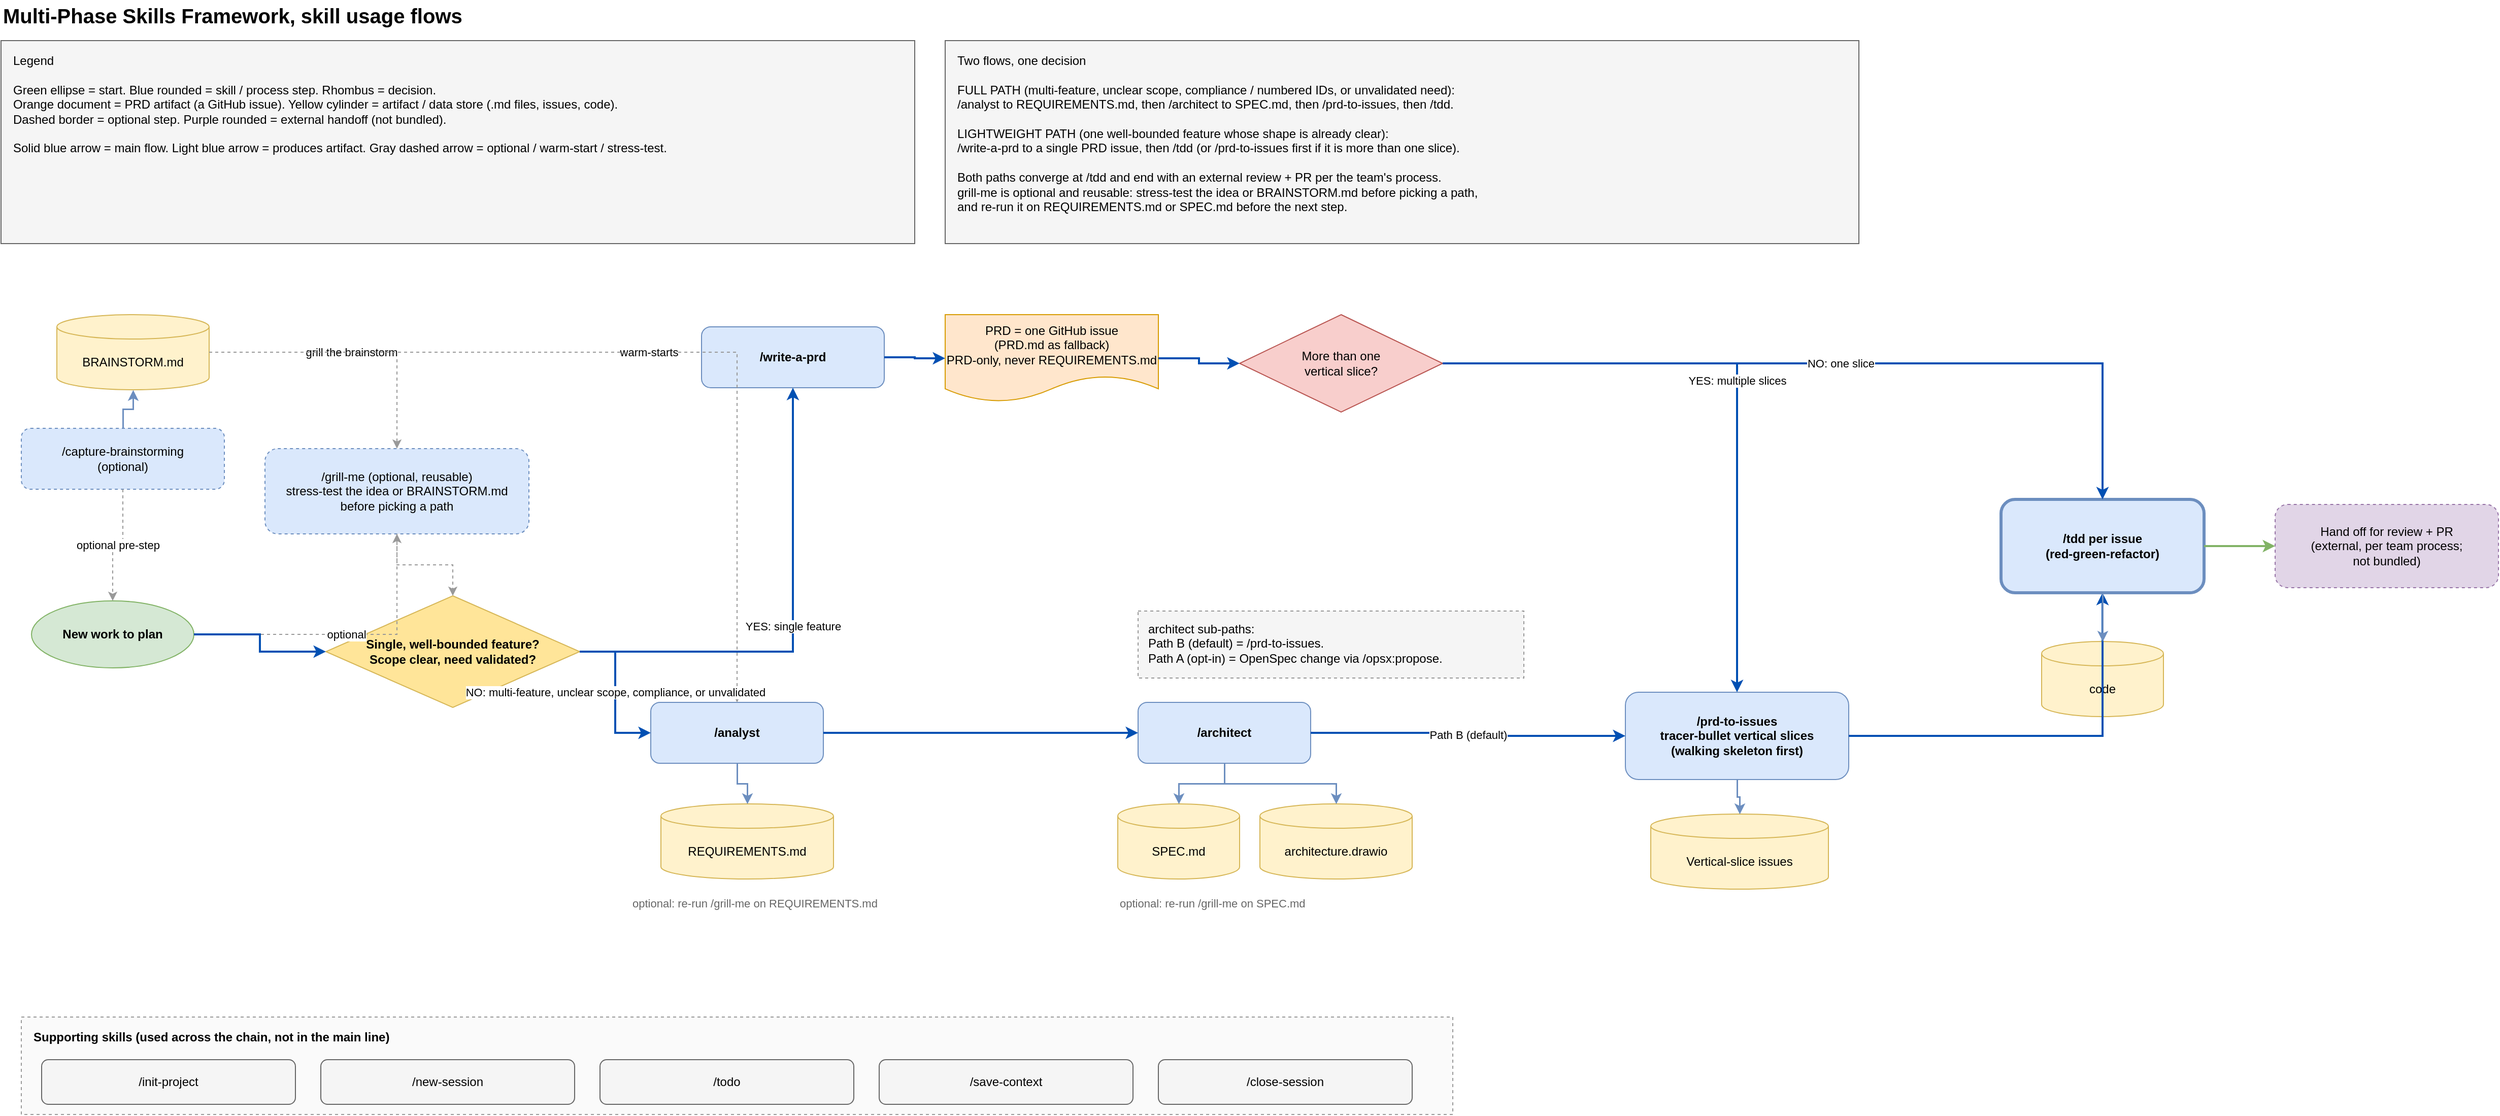
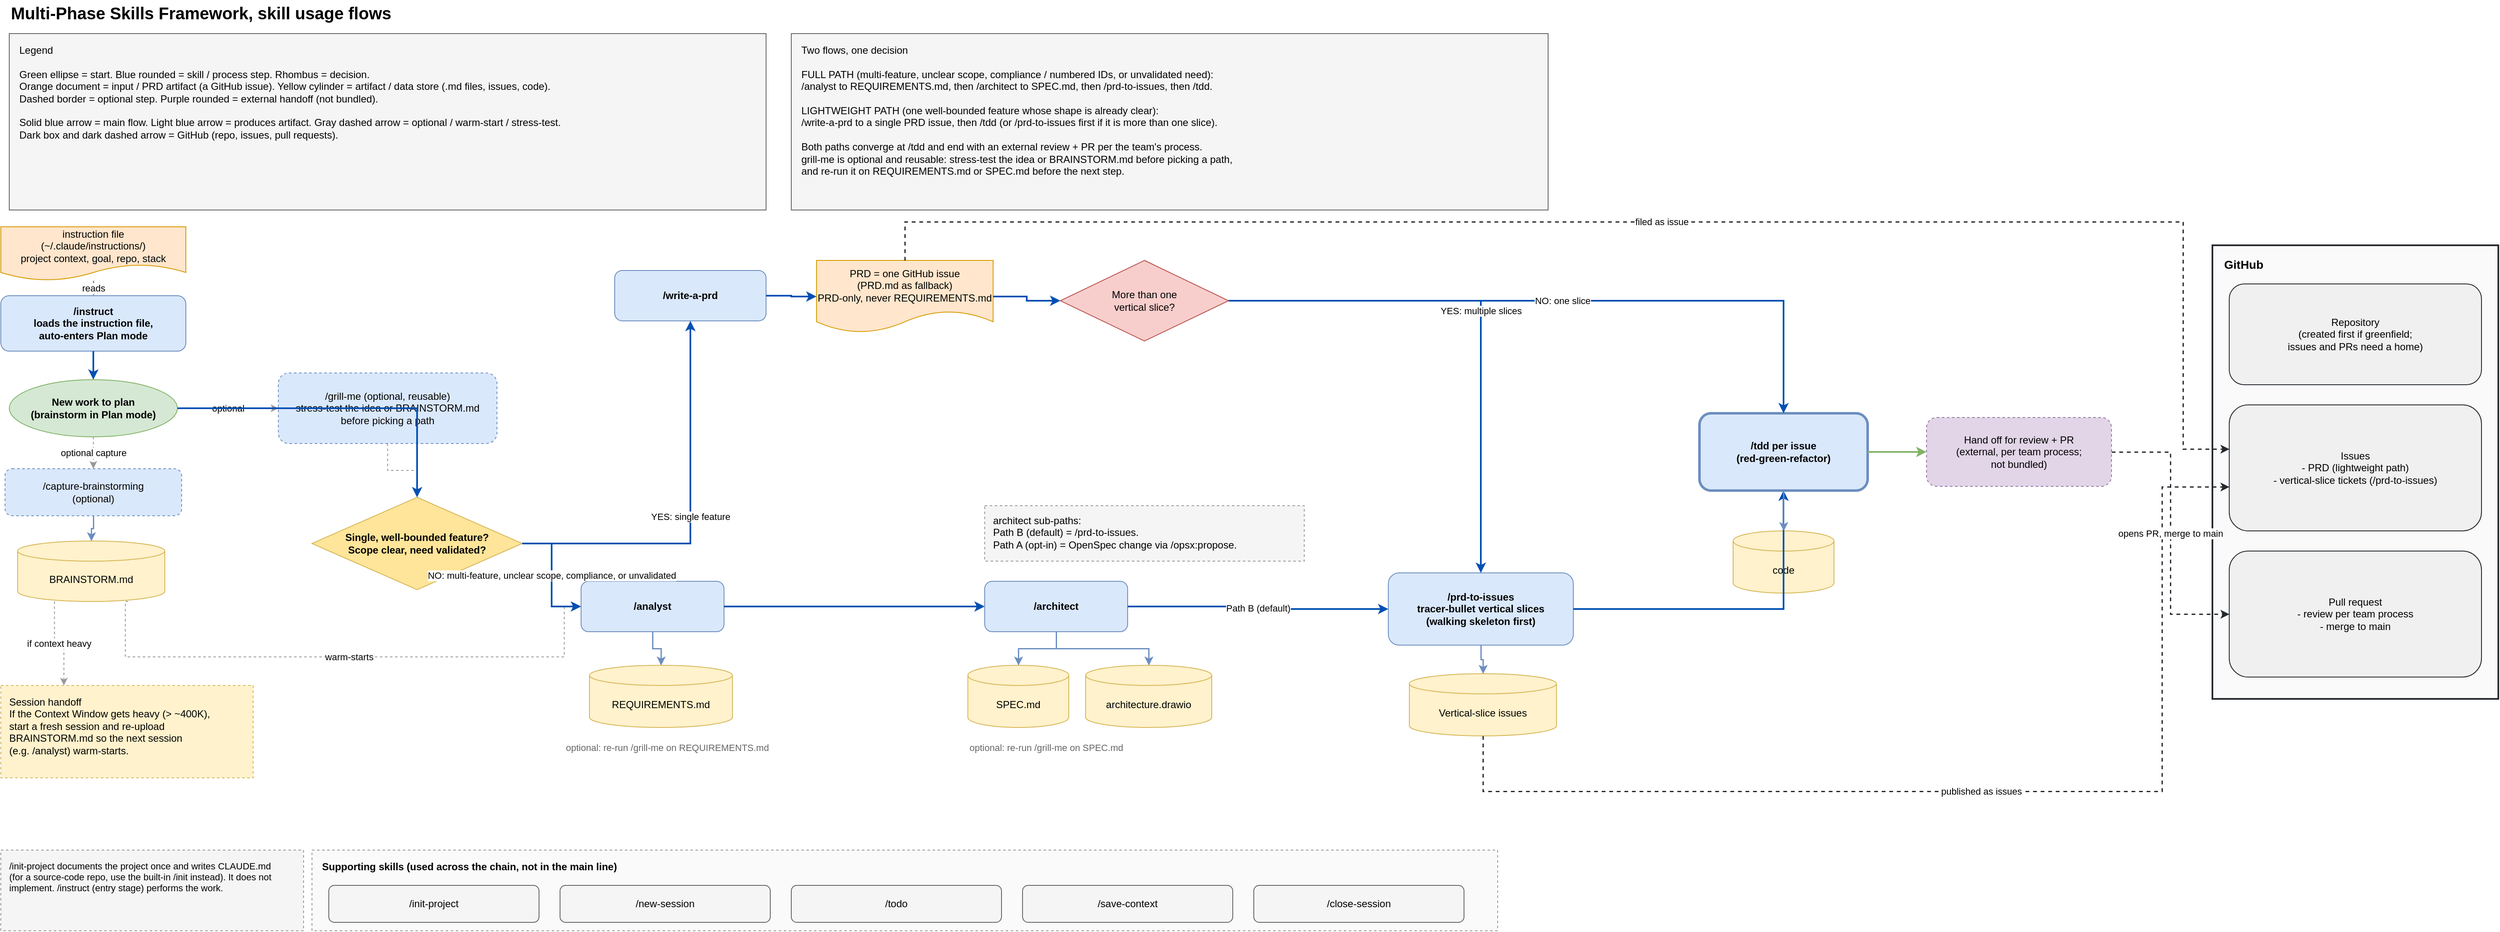
<mxfile host="app.diagrams.net" type="device">
  <diagram id="framework-flows" name="Framework skill flows">
-     <mxGraphModel dx="1600" dy="900" grid="0" gridSize="10" guides="1" tooltips="1" connect="1" arrows="1" fold="1" page="1" pageScale="1" pageWidth="2500" pageHeight="1120" math="0" shadow="0">
+     <mxGraphModel dx="1600" dy="900" grid="0" gridSize="10" guides="1" tooltips="1" connect="1" arrows="1" fold="1" page="1" pageScale="1" pageWidth="3000" pageHeight="1200" math="0" shadow="0">
      <root>
        <mxCell id="0" />
        <mxCell id="1" parent="0" />

        <mxCell id="title" value="Multi-Phase Skills Framework, skill usage flows" style="text;html=1;fontStyle=1;fontSize=20;align=left;verticalAlign=middle;" vertex="1" parent="1">
          <mxGeometry x="40" y="8" width="1300" height="30" as="geometry" />
        </mxCell>

-         <mxCell id="legend" value="Legend&#10;&#10;Green ellipse = start.  Blue rounded = skill / process step.  Rhombus = decision.&#10;Orange document = PRD artifact (a GitHub issue).  Yellow cylinder = artifact / data store (.md files, issues, code).&#10;Dashed border = optional step.  Purple rounded = external handoff (not bundled).&#10;&#10;Solid blue arrow = main flow.  Light blue arrow = produces artifact.  Gray dashed arrow = optional / warm-start / stress-test." style="rounded=0;fillColor=#f5f5f5;strokeColor=#666666;fontStyle=0;verticalAlign=top;align=left;spacingLeft=10;spacingTop=6;whiteSpace=wrap;html=1;" vertex="1" parent="1">
-           <mxGeometry x="40" y="48" width="900" height="200" as="geometry" />
+         <mxCell id="legend" value="Legend&#10;&#10;Green ellipse = start.  Blue rounded = skill / process step.  Rhombus = decision.&#10;Orange document = input / PRD artifact (a GitHub issue).  Yellow cylinder = artifact / data store (.md files, issues, code).&#10;Dashed border = optional step.  Purple rounded = external handoff (not bundled).&#10;&#10;Solid blue arrow = main flow.  Light blue arrow = produces artifact.  Gray dashed arrow = optional / warm-start / stress-test.&#10;Dark box and dark dashed arrow = GitHub (repo, issues, pull requests)." style="rounded=0;fillColor=#f5f5f5;strokeColor=#666666;fontStyle=0;verticalAlign=top;align=left;spacingLeft=10;spacingTop=6;whiteSpace=wrap;html=1;" vertex="1" parent="1">
+           <mxGeometry x="40" y="48" width="900" height="210" as="geometry" />
        </mxCell>

        <mxCell id="intro" value="Two flows, one decision&#10;&#10;FULL PATH (multi-feature, unclear scope, compliance / numbered IDs, or unvalidated need):&#10;   /analyst to REQUIREMENTS.md, then /architect to SPEC.md, then /prd-to-issues, then /tdd.&#10;&#10;LIGHTWEIGHT PATH (one well-bounded feature whose shape is already clear):&#10;   /write-a-prd to a single PRD issue, then /tdd (or /prd-to-issues first if it is more than one slice).&#10;&#10;Both paths converge at /tdd and end with an external review + PR per the team's process.&#10;grill-me is optional and reusable: stress-test the idea or BRAINSTORM.md before picking a path,&#10;and re-run it on REQUIREMENTS.md or SPEC.md before the next step." style="rounded=0;fillColor=#f5f5f5;strokeColor=#666666;fontStyle=0;verticalAlign=top;align=left;spacingLeft=10;spacingTop=6;whiteSpace=wrap;html=1;" vertex="1" parent="1">
-           <mxGeometry x="970" y="48" width="900" height="200" as="geometry" />
-         </mxCell>
- 
+           <mxGeometry x="970" y="48" width="900" height="210" as="geometry" />
+         </mxCell>
+ 
+         <mxCell id="instr_file" value="instruction file&#10;(~/.claude/instructions/)&#10;project context, goal, repo, stack" style="shape=document;whiteSpace=wrap;html=1;boundedLbl=1;fillColor=#ffe6cc;strokeColor=#d79b00;" vertex="1" parent="1">
+           <mxGeometry x="30" y="278" width="220" height="64" as="geometry" />
+         </mxCell>
+         <mxCell id="instruct" value="/instruct&#10;loads the instruction file,&#10;auto-enters Plan mode" style="rounded=1;whiteSpace=wrap;html=1;fillColor=#dae8fc;strokeColor=#6c8ebf;fontStyle=1;" vertex="1" parent="1">
+           <mxGeometry x="30" y="360" width="220" height="66" as="geometry" />
+         </mxCell>
+         <mxCell id="start" value="New work to plan&#10;(brainstorm in Plan mode)" style="ellipse;whiteSpace=wrap;html=1;fillColor=#d5e8d4;strokeColor=#82b366;fontStyle=1;" vertex="1" parent="1">
+           <mxGeometry x="40" y="460" width="200" height="68" as="geometry" />
+         </mxCell>
+         <mxCell id="brainstorm" value="/capture-brainstorming&#10;(optional)" style="rounded=1;whiteSpace=wrap;html=1;fillColor=#dae8fc;strokeColor=#6c8ebf;dashed=1;" vertex="1" parent="1">
+           <mxGeometry x="35" y="566" width="210" height="56" as="geometry" />
+         </mxCell>
        <mxCell id="bmd" value="BRAINSTORM.md" style="shape=cylinder3;whiteSpace=wrap;html=1;boundedLbl=1;backgroundOutline=1;size=12;fillColor=#fff2cc;strokeColor=#d6b656;" vertex="1" parent="1">
-           <mxGeometry x="95" y="318" width="150" height="74" as="geometry" />
-         </mxCell>
-         <mxCell id="brainstorm" value="/capture-brainstorming&#10;(optional)" style="rounded=1;whiteSpace=wrap;html=1;fillColor=#dae8fc;strokeColor=#6c8ebf;dashed=1;" vertex="1" parent="1">
-           <mxGeometry x="60" y="430" width="200" height="60" as="geometry" />
-         </mxCell>
- 
-         <mxCell id="start" value="New work to plan" style="ellipse;whiteSpace=wrap;html=1;fillColor=#d5e8d4;strokeColor=#82b366;fontStyle=1;" vertex="1" parent="1">
-           <mxGeometry x="70" y="600" width="160" height="66" as="geometry" />
+           <mxGeometry x="50" y="652" width="175" height="72" as="geometry" />
+         </mxCell>
+         <mxCell id="handoff_note" value="Session handoff&#10;If the Context Window gets heavy (> ~400K),&#10;start a fresh session and re-upload&#10;BRAINSTORM.md so the next session&#10;(e.g. /analyst) warm-starts." style="rounded=0;whiteSpace=wrap;html=1;fillColor=#fff2cc;strokeColor=#d6b656;dashed=1;align=left;spacingLeft=8;spacingTop=6;verticalAlign=top;" vertex="1" parent="1">
+           <mxGeometry x="30" y="824" width="300" height="110" as="geometry" />
        </mxCell>

        <mxCell id="grillme" value="/grill-me (optional, reusable)&#10;stress-test the idea or BRAINSTORM.md&#10;before picking a path" style="rounded=1;whiteSpace=wrap;html=1;fillColor=#dae8fc;strokeColor=#6c8ebf;dashed=1;" vertex="1" parent="1">
-           <mxGeometry x="300" y="450" width="260" height="84" as="geometry" />
+           <mxGeometry x="360" y="452" width="260" height="84" as="geometry" />
        </mxCell>

        <mxCell id="gate" value="Single, well-bounded feature?&#10;Scope clear, need validated?" style="rhombus;whiteSpace=wrap;html=1;fillColor=#ffe599;strokeColor=#d6b656;fontStyle=1;" vertex="1" parent="1">
-           <mxGeometry x="360" y="595" width="250" height="110" as="geometry" />
+           <mxGeometry x="400" y="600" width="250" height="110" as="geometry" />
        </mxCell>

        <mxCell id="wprd" value="/write-a-prd" style="rounded=1;whiteSpace=wrap;html=1;fillColor=#dae8fc;strokeColor=#6c8ebf;fontStyle=1;" vertex="1" parent="1">
-           <mxGeometry x="730" y="330" width="180" height="60" as="geometry" />
+           <mxGeometry x="760" y="330" width="180" height="60" as="geometry" />
        </mxCell>
        <mxCell id="prd" value="PRD = one GitHub issue&#10;(PRD.md as fallback)&#10;PRD-only, never REQUIREMENTS.md" style="shape=document;whiteSpace=wrap;html=1;boundedLbl=1;fillColor=#ffe6cc;strokeColor=#d79b00;" vertex="1" parent="1">
-           <mxGeometry x="970" y="318" width="210" height="86" as="geometry" />
+           <mxGeometry x="1000" y="318" width="210" height="86" as="geometry" />
        </mxCell>
        <mxCell id="sliceq" value="More than one&#10;vertical slice?" style="rhombus;whiteSpace=wrap;html=1;fillColor=#f8cecc;strokeColor=#b85450;" vertex="1" parent="1">
-           <mxGeometry x="1260" y="318" width="200" height="96" as="geometry" />
+           <mxGeometry x="1290" y="318" width="200" height="96" as="geometry" />
        </mxCell>

        <mxCell id="analyst" value="/analyst" style="rounded=1;whiteSpace=wrap;html=1;fillColor=#dae8fc;strokeColor=#6c8ebf;fontStyle=1;" vertex="1" parent="1">
-           <mxGeometry x="680" y="700" width="170" height="60" as="geometry" />
+           <mxGeometry x="720" y="700" width="170" height="60" as="geometry" />
        </mxCell>
        <mxCell id="reqmd" value="REQUIREMENTS.md" style="shape=cylinder3;whiteSpace=wrap;html=1;boundedLbl=1;backgroundOutline=1;size=12;fillColor=#fff2cc;strokeColor=#d6b656;" vertex="1" parent="1">
-           <mxGeometry x="690" y="800" width="170" height="74" as="geometry" />
+           <mxGeometry x="730" y="800" width="170" height="74" as="geometry" />
        </mxCell>
        <mxCell id="note_grillreq" value="optional: re-run /grill-me on REQUIREMENTS.md" style="text;html=1;align=left;verticalAlign=middle;fontSize=11;fontColor=#666666;" vertex="1" parent="1">
-           <mxGeometry x="660" y="884" width="260" height="28" as="geometry" />
+           <mxGeometry x="700" y="884" width="260" height="28" as="geometry" />
        </mxCell>

        <mxCell id="architect" value="/architect" style="rounded=1;whiteSpace=wrap;html=1;fillColor=#dae8fc;strokeColor=#6c8ebf;fontStyle=1;" vertex="1" parent="1">
-           <mxGeometry x="1160" y="700" width="170" height="60" as="geometry" />
+           <mxGeometry x="1200" y="700" width="170" height="60" as="geometry" />
        </mxCell>
        <mxCell id="specmd" value="SPEC.md" style="shape=cylinder3;whiteSpace=wrap;html=1;boundedLbl=1;backgroundOutline=1;size=12;fillColor=#fff2cc;strokeColor=#d6b656;" vertex="1" parent="1">
-           <mxGeometry x="1140" y="800" width="120" height="74" as="geometry" />
+           <mxGeometry x="1180" y="800" width="120" height="74" as="geometry" />
        </mxCell>
        <mxCell id="archdrawio" value="architecture.drawio" style="shape=cylinder3;whiteSpace=wrap;html=1;boundedLbl=1;backgroundOutline=1;size=12;fillColor=#fff2cc;strokeColor=#d6b656;" vertex="1" parent="1">
-           <mxGeometry x="1280" y="800" width="150" height="74" as="geometry" />
+           <mxGeometry x="1320" y="800" width="150" height="74" as="geometry" />
        </mxCell>
        <mxCell id="note_grillspec" value="optional: re-run /grill-me on SPEC.md" style="text;html=1;align=left;verticalAlign=middle;fontSize=11;fontColor=#666666;" vertex="1" parent="1">
-           <mxGeometry x="1140" y="884" width="290" height="28" as="geometry" />
+           <mxGeometry x="1180" y="884" width="290" height="28" as="geometry" />
        </mxCell>
        <mxCell id="patha" value="architect sub-paths:&#10;Path B (default) = /prd-to-issues.&#10;Path A (opt-in) = OpenSpec change via /opsx:propose." style="rounded=0;whiteSpace=wrap;html=1;fillColor=#f5f5f5;strokeColor=#999999;align=left;spacingLeft=8;spacingTop=4;verticalAlign=top;dashed=1;" vertex="1" parent="1">
-           <mxGeometry x="1160" y="610" width="380" height="66" as="geometry" />
+           <mxGeometry x="1200" y="610" width="380" height="66" as="geometry" />
        </mxCell>

        <mxCell id="prd2i" value="/prd-to-issues&#10;tracer-bullet vertical slices&#10;(walking skeleton first)" style="rounded=1;whiteSpace=wrap;html=1;fillColor=#dae8fc;strokeColor=#6c8ebf;fontStyle=1;" vertex="1" parent="1">
-           <mxGeometry x="1640" y="690" width="220" height="86" as="geometry" />
+           <mxGeometry x="1680" y="690" width="220" height="86" as="geometry" />
        </mxCell>
        <mxCell id="issues" value="Vertical-slice issues" style="shape=cylinder3;whiteSpace=wrap;html=1;boundedLbl=1;backgroundOutline=1;size=12;fillColor=#fff2cc;strokeColor=#d6b656;" vertex="1" parent="1">
-           <mxGeometry x="1665" y="810" width="175" height="74" as="geometry" />
+           <mxGeometry x="1705" y="810" width="175" height="74" as="geometry" />
        </mxCell>

        <mxCell id="tdd" value="/tdd per issue&#10;(red-green-refactor)" style="rounded=1;whiteSpace=wrap;html=1;fillColor=#dae8fc;strokeColor=#6c8ebf;fontStyle=1;strokeWidth=3;" vertex="1" parent="1">
-           <mxGeometry x="2010" y="500" width="200" height="92" as="geometry" />
+           <mxGeometry x="2050" y="500" width="200" height="92" as="geometry" />
        </mxCell>
        <mxCell id="code" value="code" style="shape=cylinder3;whiteSpace=wrap;html=1;boundedLbl=1;backgroundOutline=1;size=12;fillColor=#fff2cc;strokeColor=#d6b656;" vertex="1" parent="1">
-           <mxGeometry x="2050" y="640" width="120" height="74" as="geometry" />
+           <mxGeometry x="2090" y="640" width="120" height="74" as="geometry" />
        </mxCell>
        <mxCell id="handoff" value="Hand off for review + PR&#10;(external, per team process;&#10;not bundled)" style="rounded=1;whiteSpace=wrap;html=1;fillColor=#e1d5e7;strokeColor=#9673a6;dashed=1;" vertex="1" parent="1">
-           <mxGeometry x="2280" y="505" width="220" height="82" as="geometry" />
+           <mxGeometry x="2320" y="505" width="220" height="82" as="geometry" />
        </mxCell>

        <mxCell id="supbox" value="Supporting skills (used across the chain, not in the main line)" style="rounded=0;fillColor=#fafafa;strokeColor=#999999;fontStyle=1;verticalAlign=top;align=left;spacingLeft=10;spacingTop=6;dashed=1;whiteSpace=wrap;html=1;" vertex="1" parent="1">
-           <mxGeometry x="60" y="1010" width="1410" height="96" as="geometry" />
+           <mxGeometry x="400" y="1020" width="1410" height="96" as="geometry" />
        </mxCell>
        <mxCell id="sup_init" value="/init-project" style="rounded=1;whiteSpace=wrap;html=1;fillColor=#f5f5f5;strokeColor=#666666;" vertex="1" parent="supbox">
          <mxGeometry x="20" y="42" width="250" height="44" as="geometry" />
        </mxCell>
        <mxCell id="sup_new" value="/new-session" style="rounded=1;whiteSpace=wrap;html=1;fillColor=#f5f5f5;strokeColor=#666666;" vertex="1" parent="supbox">
          <mxGeometry x="295" y="42" width="250" height="44" as="geometry" />
        </mxCell>
        <mxCell id="sup_todo" value="/todo" style="rounded=1;whiteSpace=wrap;html=1;fillColor=#f5f5f5;strokeColor=#666666;" vertex="1" parent="supbox">
          <mxGeometry x="570" y="42" width="250" height="44" as="geometry" />
        </mxCell>
        <mxCell id="sup_save" value="/save-context" style="rounded=1;whiteSpace=wrap;html=1;fillColor=#f5f5f5;strokeColor=#666666;" vertex="1" parent="supbox">
          <mxGeometry x="845" y="42" width="250" height="44" as="geometry" />
        </mxCell>
        <mxCell id="sup_close" value="/close-session" style="rounded=1;whiteSpace=wrap;html=1;fillColor=#f5f5f5;strokeColor=#666666;" vertex="1" parent="supbox">
          <mxGeometry x="1120" y="42" width="250" height="44" as="geometry" />
        </mxCell>

+         <mxCell id="note_init" value="/init-project documents the project once and writes CLAUDE.md&#10;(for a source-code repo, use the built-in /init instead). It does not&#10;implement. /instruct (entry stage) performs the work." style="rounded=0;whiteSpace=wrap;html=1;fillColor=#f5f5f5;strokeColor=#999999;dashed=1;align=left;spacingLeft=8;spacingTop=6;verticalAlign=top;fontSize=11;" vertex="1" parent="1">
+           <mxGeometry x="30" y="1020" width="360" height="96" as="geometry" />
+         </mxCell>
+ 
+         <mxCell id="github" value="GitHub" style="rounded=0;fillColor=#fafafa;strokeColor=#24292e;strokeWidth=2;fontStyle=1;fontSize=14;verticalAlign=top;align=left;spacingLeft=12;spacingTop=8;whiteSpace=wrap;html=1;" vertex="1" parent="1">
+           <mxGeometry x="2660" y="300" width="340" height="540" as="geometry" />
+         </mxCell>
+         <mxCell id="gh_repo" value="Repository&#10;(created first if greenfield;&#10;issues and PRs need a home)" style="rounded=1;whiteSpace=wrap;html=1;fillColor=#f0f0f0;strokeColor=#24292e;" vertex="1" parent="github">
+           <mxGeometry x="20" y="46" width="300" height="120" as="geometry" />
+         </mxCell>
+         <mxCell id="gh_issues" value="Issues&#10;- PRD (lightweight path)&#10;- vertical-slice tickets (/prd-to-issues)" style="rounded=1;whiteSpace=wrap;html=1;fillColor=#f0f0f0;strokeColor=#24292e;" vertex="1" parent="github">
+           <mxGeometry x="20" y="190" width="300" height="150" as="geometry" />
+         </mxCell>
+         <mxCell id="gh_pr" value="Pull request&#10;- review per team process&#10;- merge to main" style="rounded=1;whiteSpace=wrap;html=1;fillColor=#f0f0f0;strokeColor=#24292e;" vertex="1" parent="github">
+           <mxGeometry x="20" y="364" width="300" height="150" as="geometry" />
+         </mxCell>
+ 
+         <mxCell id="e_instrfile_instruct" value="reads" style="edgeStyle=orthogonalEdgeStyle;rounded=0;endArrow=classic;html=1;strokeColor=#6c8ebf;strokeWidth=1.5;fontSize=11;" edge="1" parent="1" source="instr_file" target="instruct">
+           <mxGeometry relative="1" as="geometry" />
+         </mxCell>
+         <mxCell id="e_instruct_start" style="edgeStyle=orthogonalEdgeStyle;rounded=0;endArrow=classic;html=1;strokeColor=#0050b3;strokeWidth=2;" edge="1" parent="1" source="instruct" target="start">
+           <mxGeometry relative="1" as="geometry" />
+         </mxCell>
+         <mxCell id="e_start_brain" value="optional capture" style="edgeStyle=orthogonalEdgeStyle;rounded=0;endArrow=classic;html=1;dashed=1;strokeColor=#999999;fontSize=11;" edge="1" parent="1" source="start" target="brainstorm">
+           <mxGeometry relative="1" as="geometry" />
+         </mxCell>
        <mxCell id="e_brain_bmd" style="edgeStyle=orthogonalEdgeStyle;rounded=0;endArrow=classic;html=1;strokeColor=#6c8ebf;strokeWidth=1.5;" edge="1" parent="1" source="brainstorm" target="bmd">
          <mxGeometry relative="1" as="geometry" />
        </mxCell>
-         <mxCell id="e_brain_start" value="optional pre-step" style="edgeStyle=orthogonalEdgeStyle;rounded=0;endArrow=classic;html=1;dashed=1;strokeColor=#999999;fontSize=11;" edge="1" parent="1" source="brainstorm" target="start">
-           <mxGeometry relative="1" as="geometry" />
-         </mxCell>
-         <mxCell id="e_bmd_grill" value="grill the brainstorm" style="edgeStyle=orthogonalEdgeStyle;rounded=0;endArrow=classic;html=1;dashed=1;strokeColor=#999999;fontSize=11;" edge="1" parent="1" source="bmd" target="grillme">
-           <mxGeometry relative="1" as="geometry" />
-         </mxCell>
-         <mxCell id="e_bmd_analyst" value="warm-starts" style="edgeStyle=orthogonalEdgeStyle;rounded=0;endArrow=classic;html=1;dashed=1;strokeColor=#999999;fontSize=11;" edge="1" parent="1" source="bmd" target="analyst">
-           <mxGeometry relative="1" as="geometry" />
+         <mxCell id="e_bmd_note" value="if context heavy" style="edgeStyle=orthogonalEdgeStyle;rounded=0;endArrow=classic;html=1;dashed=1;strokeColor=#999999;fontSize=11;exitX=0.25;exitY=1;exitDx=0;exitDy=0;entryX=0.25;entryY=0;entryDx=0;entryDy=0;" edge="1" parent="1" source="bmd" target="handoff_note">
+           <mxGeometry relative="1" as="geometry" />
+         </mxCell>
+         <mxCell id="e_bmd_analyst" value="warm-starts" style="edgeStyle=orthogonalEdgeStyle;rounded=0;endArrow=classic;html=1;dashed=1;strokeColor=#999999;fontSize=11;exitX=0.75;exitY=1;exitDx=0;exitDy=0;entryX=0;entryY=0.5;entryDx=0;entryDy=0;" edge="1" parent="1" source="bmd" target="analyst">
+           <mxGeometry relative="1" as="geometry">
+             <Array as="points">
+               <mxPoint x="178" y="790" />
+               <mxPoint x="700" y="790" />
+               <mxPoint x="700" y="730" />
+             </Array>
+           </mxGeometry>
        </mxCell>

        <mxCell id="e_start_grill" value="optional" style="edgeStyle=orthogonalEdgeStyle;rounded=0;endArrow=classic;html=1;dashed=1;strokeColor=#999999;fontSize=11;" edge="1" parent="1" source="start" target="grillme">
          <mxGeometry relative="1" as="geometry" />
        </mxCell>
        <mxCell id="e_grill_gate" style="edgeStyle=orthogonalEdgeStyle;rounded=0;endArrow=classic;html=1;dashed=1;strokeColor=#999999;" edge="1" parent="1" source="grillme" target="gate">
          <mxGeometry relative="1" as="geometry" />
        </mxCell>
        <mxCell id="e_start_gate" style="edgeStyle=orthogonalEdgeStyle;rounded=0;endArrow=classic;html=1;strokeColor=#0050b3;strokeWidth=2;" edge="1" parent="1" source="start" target="gate">
          <mxGeometry relative="1" as="geometry" />
        </mxCell>

        <mxCell id="e_gate_wprd" value="YES: single feature" style="edgeStyle=orthogonalEdgeStyle;rounded=0;endArrow=classic;html=1;strokeColor=#0050b3;strokeWidth=2;fontSize=11;" edge="1" parent="1" source="gate" target="wprd">
          <mxGeometry relative="1" as="geometry" />
        </mxCell>
        <mxCell id="e_gate_analyst" value="NO: multi-feature, unclear scope, compliance, or unvalidated" style="edgeStyle=orthogonalEdgeStyle;rounded=0;endArrow=classic;html=1;strokeColor=#0050b3;strokeWidth=2;fontSize=11;" edge="1" parent="1" source="gate" target="analyst">
          <mxGeometry relative="1" as="geometry" />
        </mxCell>

        <mxCell id="e_wprd_prd" style="edgeStyle=orthogonalEdgeStyle;rounded=0;endArrow=classic;html=1;strokeColor=#0050b3;strokeWidth=2;" edge="1" parent="1" source="wprd" target="prd">
          <mxGeometry relative="1" as="geometry" />
        </mxCell>
        <mxCell id="e_prd_sliceq" style="edgeStyle=orthogonalEdgeStyle;rounded=0;endArrow=classic;html=1;strokeColor=#0050b3;strokeWidth=2;" edge="1" parent="1" source="prd" target="sliceq">
          <mxGeometry relative="1" as="geometry" />
        </mxCell>
        <mxCell id="e_slice_tdd" value="NO: one slice" style="edgeStyle=orthogonalEdgeStyle;rounded=0;endArrow=classic;html=1;strokeColor=#0050b3;strokeWidth=2;fontSize=11;" edge="1" parent="1" source="sliceq" target="tdd">
          <mxGeometry relative="1" as="geometry" />
        </mxCell>
        <mxCell id="e_slice_prd2i" value="YES: multiple slices" style="edgeStyle=orthogonalEdgeStyle;rounded=0;endArrow=classic;html=1;strokeColor=#0050b3;strokeWidth=2;fontSize=11;" edge="1" parent="1" source="sliceq" target="prd2i">
          <mxGeometry relative="1" as="geometry" />
        </mxCell>

        <mxCell id="e_analyst_req" style="edgeStyle=orthogonalEdgeStyle;rounded=0;endArrow=classic;html=1;strokeColor=#6c8ebf;strokeWidth=1.5;" edge="1" parent="1" source="analyst" target="reqmd">
          <mxGeometry relative="1" as="geometry" />
        </mxCell>
        <mxCell id="e_analyst_arch" style="edgeStyle=orthogonalEdgeStyle;rounded=0;endArrow=classic;html=1;strokeColor=#0050b3;strokeWidth=2;" edge="1" parent="1" source="analyst" target="architect">
          <mxGeometry relative="1" as="geometry" />
        </mxCell>
        <mxCell id="e_arch_spec" style="edgeStyle=orthogonalEdgeStyle;rounded=0;endArrow=classic;html=1;strokeColor=#6c8ebf;strokeWidth=1.5;" edge="1" parent="1" source="architect" target="specmd">
          <mxGeometry relative="1" as="geometry" />
        </mxCell>
        <mxCell id="e_arch_draw" style="edgeStyle=orthogonalEdgeStyle;rounded=0;endArrow=classic;html=1;strokeColor=#6c8ebf;strokeWidth=1.5;" edge="1" parent="1" source="architect" target="archdrawio">
          <mxGeometry relative="1" as="geometry" />
        </mxCell>
        <mxCell id="e_arch_prd2i" value="Path B (default)" style="edgeStyle=orthogonalEdgeStyle;rounded=0;endArrow=classic;html=1;strokeColor=#0050b3;strokeWidth=2;fontSize=11;" edge="1" parent="1" source="architect" target="prd2i">
          <mxGeometry relative="1" as="geometry" />
        </mxCell>

        <mxCell id="e_prd2i_issues" style="edgeStyle=orthogonalEdgeStyle;rounded=0;endArrow=classic;html=1;strokeColor=#6c8ebf;strokeWidth=1.5;" edge="1" parent="1" source="prd2i" target="issues">
          <mxGeometry relative="1" as="geometry" />
        </mxCell>
        <mxCell id="e_prd2i_tdd" style="edgeStyle=orthogonalEdgeStyle;rounded=0;endArrow=classic;html=1;strokeColor=#0050b3;strokeWidth=2;" edge="1" parent="1" source="prd2i" target="tdd">
          <mxGeometry relative="1" as="geometry" />
        </mxCell>
        <mxCell id="e_tdd_code" style="edgeStyle=orthogonalEdgeStyle;rounded=0;endArrow=classic;html=1;strokeColor=#6c8ebf;strokeWidth=1.5;" edge="1" parent="1" source="tdd" target="code">
          <mxGeometry relative="1" as="geometry" />
        </mxCell>
        <mxCell id="e_tdd_handoff" style="edgeStyle=orthogonalEdgeStyle;rounded=0;endArrow=classic;html=1;strokeColor=#82b366;strokeWidth=2;" edge="1" parent="1" source="tdd" target="handoff">
+           <mxGeometry relative="1" as="geometry" />
+         </mxCell>
+ 
+         <mxCell id="e_prd_gh" value="filed as issue" style="edgeStyle=orthogonalEdgeStyle;rounded=0;endArrow=classic;html=1;strokeColor=#24292e;strokeWidth=1.5;dashed=1;fontSize=11;exitX=0.5;exitY=0;exitDx=0;exitDy=0;entryX=0;entryY=0.35;entryDx=0;entryDy=0;" edge="1" parent="1" source="prd" target="gh_issues">
+           <mxGeometry relative="1" as="geometry">
+             <Array as="points">
+               <mxPoint x="1105" y="272" />
+               <mxPoint x="2625" y="272" />
+               <mxPoint x="2625" y="542" />
+             </Array>
+           </mxGeometry>
+         </mxCell>
+         <mxCell id="e_issues_gh" value="published as issues" style="edgeStyle=orthogonalEdgeStyle;rounded=0;endArrow=classic;html=1;strokeColor=#24292e;strokeWidth=1.5;dashed=1;fontSize=11;exitX=0.5;exitY=1;exitDx=0;exitDy=0;entryX=0;entryY=0.65;entryDx=0;entryDy=0;" edge="1" parent="1" source="issues" target="gh_issues">
+           <mxGeometry relative="1" as="geometry">
+             <Array as="points">
+               <mxPoint x="1792" y="950" />
+               <mxPoint x="2600" y="950" />
+               <mxPoint x="2600" y="587" />
+             </Array>
+           </mxGeometry>
+         </mxCell>
+         <mxCell id="e_handoff_gh" value="opens PR, merge to main" style="edgeStyle=orthogonalEdgeStyle;rounded=0;endArrow=classic;html=1;strokeColor=#24292e;strokeWidth=1.5;dashed=1;fontSize=11;exitX=1;exitY=0.5;exitDx=0;exitDy=0;entryX=0;entryY=0.5;entryDx=0;entryDy=0;" edge="1" parent="1" source="handoff" target="gh_pr">
          <mxGeometry relative="1" as="geometry" />
        </mxCell>

      </root>
    </mxGraphModel>
  </diagram>
</mxfile>
